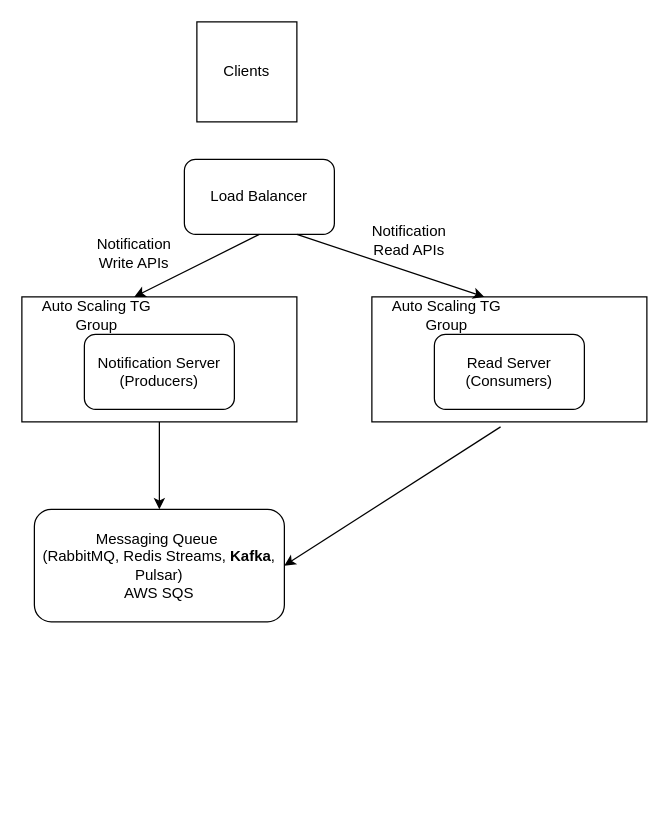
jayanthkmr/architecture-diagrams keeps this draw.io diagram as Notification Service.drawio. Above is the earlier version. Source tidied: cells renumbered, new cells numbered last; positions are measured from the earlier drawing's top-left corner, leaving out a move shared by most shapes. Both pictures are drawn from the tidied source at 125%, with x=0, y=0 at pixel (21, 21).
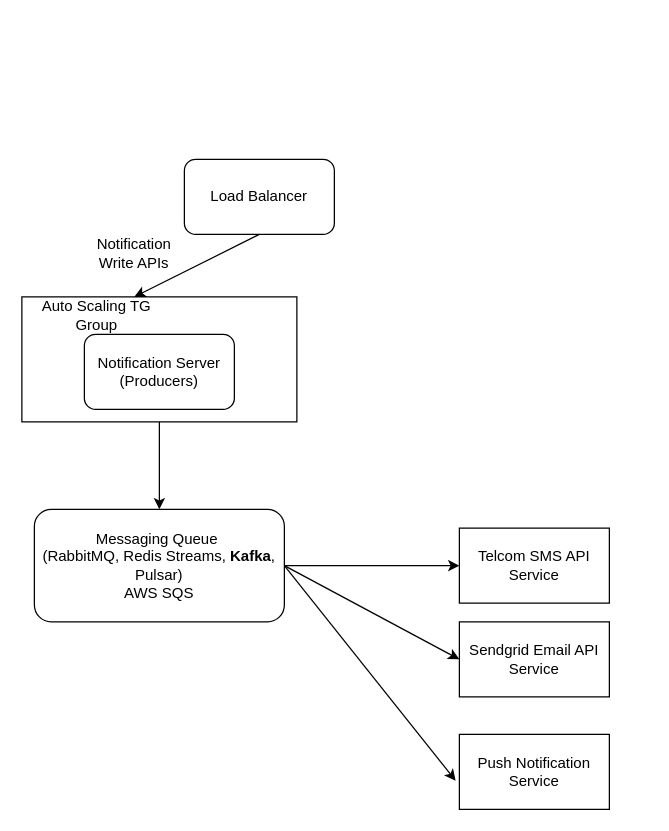
After the change.

What changed in the source:
```diff
@@
 <mxGraphModel>
   <root>
     <mxCell id="0" />
     <mxCell id="1" parent="0" />
     <mxCell id="2" value="Load Balancer" style="rounded=1;whiteSpace=wrap;html=1;" parent="1" vertex="1">
       <mxGeometry x="130" y="110" width="120" height="60" as="geometry" />
     </mxCell>
     <mxCell id="3" style="rounded=0;whiteSpace=wrap;html=1;" parent="1" vertex="1">
       <mxGeometry y="220" width="220" height="100" as="geometry" />
     </mxCell>
     <mxCell id="4" value="Auto Scaling TG Group" style="text;html=1;strokeColor=none;fillColor=none;align=center;verticalAlign=middle;whiteSpace=wrap;rounded=0;" parent="1" vertex="1">
       <mxGeometry y="220" width="120" height="30" as="geometry" />
     </mxCell>
     <mxCell id="5" value="Notification Server (Producers)" style="rounded=1;whiteSpace=wrap;html=1;" parent="1" vertex="1">
       <mxGeometry x="50" y="250" width="120" height="60" as="geometry" />
     </mxCell>
     <mxCell id="6" value="Messaging Queue&amp;nbsp;&lt;br&gt;(RabbitMQ, Redis Streams, &lt;b&gt;Kafka&lt;/b&gt;, Pulsar)&lt;br&gt;AWS SQS" style="rounded=1;whiteSpace=wrap;html=1;" parent="1" vertex="1">
       <mxGeometry x="10" y="390" width="200" height="90" as="geometry" />
     </mxCell>
-    <mxCell id="7" value="Clients" style="whiteSpace=wrap;html=1;" parent="1" vertex="1">
-      <mxGeometry x="140" width="80" height="80" as="geometry" />
-    </mxCell>
-    <mxCell id="8" style="rounded=0;whiteSpace=wrap;html=1;" parent="1" vertex="1">
-      <mxGeometry x="280" y="220" width="220" height="100" as="geometry" />
-    </mxCell>
-    <mxCell id="9" value="Auto Scaling TG Group" style="text;html=1;strokeColor=none;fillColor=none;align=center;verticalAlign=middle;whiteSpace=wrap;rounded=0;" parent="1" vertex="1">
-      <mxGeometry x="280" y="220" width="120" height="30" as="geometry" />
-    </mxCell>
-    <mxCell id="10" value="Read Server (Consumers)" style="rounded=1;whiteSpace=wrap;html=1;" parent="1" vertex="1">
-      <mxGeometry x="330" y="250" width="120" height="60" as="geometry" />
-    </mxCell>
     <mxCell id="11" style="endArrow=classic;html=1;rounded=0;exitX=0.5;exitY=1;exitDx=0;exitDy=0;entryX=0.75;entryY=0;entryDx=0;entryDy=0;" parent="1" edge="1" source="2" target="4">
       <mxGeometry relative="1" as="geometry" />
     </mxCell>
     <mxCell id="12" value="Notification Write APIs" style="text;html=1;strokeColor=none;fillColor=none;align=center;verticalAlign=middle;whiteSpace=wrap;rounded=0;" parent="1" vertex="1">
       <mxGeometry x="60" y="170" width="60" height="30" as="geometry" />
     </mxCell>
     <mxCell id="13" style="endArrow=classic;html=1;rounded=0;exitX=0.5;exitY=1;exitDx=0;exitDy=0;entryX=0.5;entryY=0;entryDx=0;entryDy=0;" parent="1" edge="1" source="3" target="6">
       <mxGeometry relative="1" as="geometry" />
     </mxCell>
-    <mxCell id="14" style="endArrow=classic;html=1;rounded=0;exitX=0.468;exitY=1.04;exitDx=0;exitDy=0;exitPerimeter=0;entryX=1;entryY=0.5;entryDx=0;entryDy=0;" parent="1" edge="1" source="8" target="6">
-      <mxGeometry relative="1" as="geometry" />
-    </mxCell>
-    <mxCell id="15" style="endArrow=classic;html=1;rounded=0;exitX=0.75;exitY=1;exitDx=0;exitDy=0;entryX=0.75;entryY=0;entryDx=0;entryDy=0;" parent="1" edge="1" source="2" target="9">
-      <mxGeometry relative="1" as="geometry" />
-    </mxCell>
-    <mxCell id="16" value="Notification Read APIs" style="text;html=1;strokeColor=none;fillColor=none;align=center;verticalAlign=middle;whiteSpace=wrap;rounded=0;" parent="1" vertex="1">
-      <mxGeometry x="280" y="160" width="60" height="30" as="geometry" />
-    </mxCell>
+    <mxCell id="17" value="Telcom SMS API Service" style="rounded=0;whiteSpace=wrap;html=1;" parent="1" vertex="1">
+      <mxGeometry x="350" y="405" width="120" height="60" as="geometry" />
+    </mxCell>
+    <mxCell id="18" style="endArrow=classic;html=1;rounded=0;exitX=1;exitY=0.5;exitDx=0;exitDy=0;entryX=0;entryY=0.5;entryDx=0;entryDy=0;" parent="1" edge="1" source="6" target="17">
+      <mxGeometry relative="1" as="geometry" />
+    </mxCell>
+    <mxCell id="19" value="Sendgrid Email API Service" style="rounded=0;whiteSpace=wrap;html=1;" parent="1" vertex="1">
+      <mxGeometry x="350" y="480" width="120" height="60" as="geometry" />
+    </mxCell>
+    <mxCell id="20" style="endArrow=classic;html=1;rounded=0;exitX=1;exitY=0.5;exitDx=0;exitDy=0;entryX=0;entryY=0.5;entryDx=0;entryDy=0;" parent="1" edge="1" source="6" target="19">
+      <mxGeometry relative="1" as="geometry" />
+    </mxCell>
+    <mxCell id="21" value="Push Notification Service" style="rounded=0;whiteSpace=wrap;html=1;" parent="1" vertex="1">
+      <mxGeometry x="350" y="570" width="120" height="60" as="geometry" />
+    </mxCell>
+    <mxCell id="22" style="endArrow=classic;html=1;rounded=0;exitX=1;exitY=0.5;exitDx=0;exitDy=0;entryX=-0.025;entryY=0.617;entryDx=0;entryDy=0;entryPerimeter=0;" parent="1" edge="1" source="6" target="21">
+      <mxGeometry relative="1" as="geometry" />
+    </mxCell>
   </root>
 </mxGraphModel>
```
